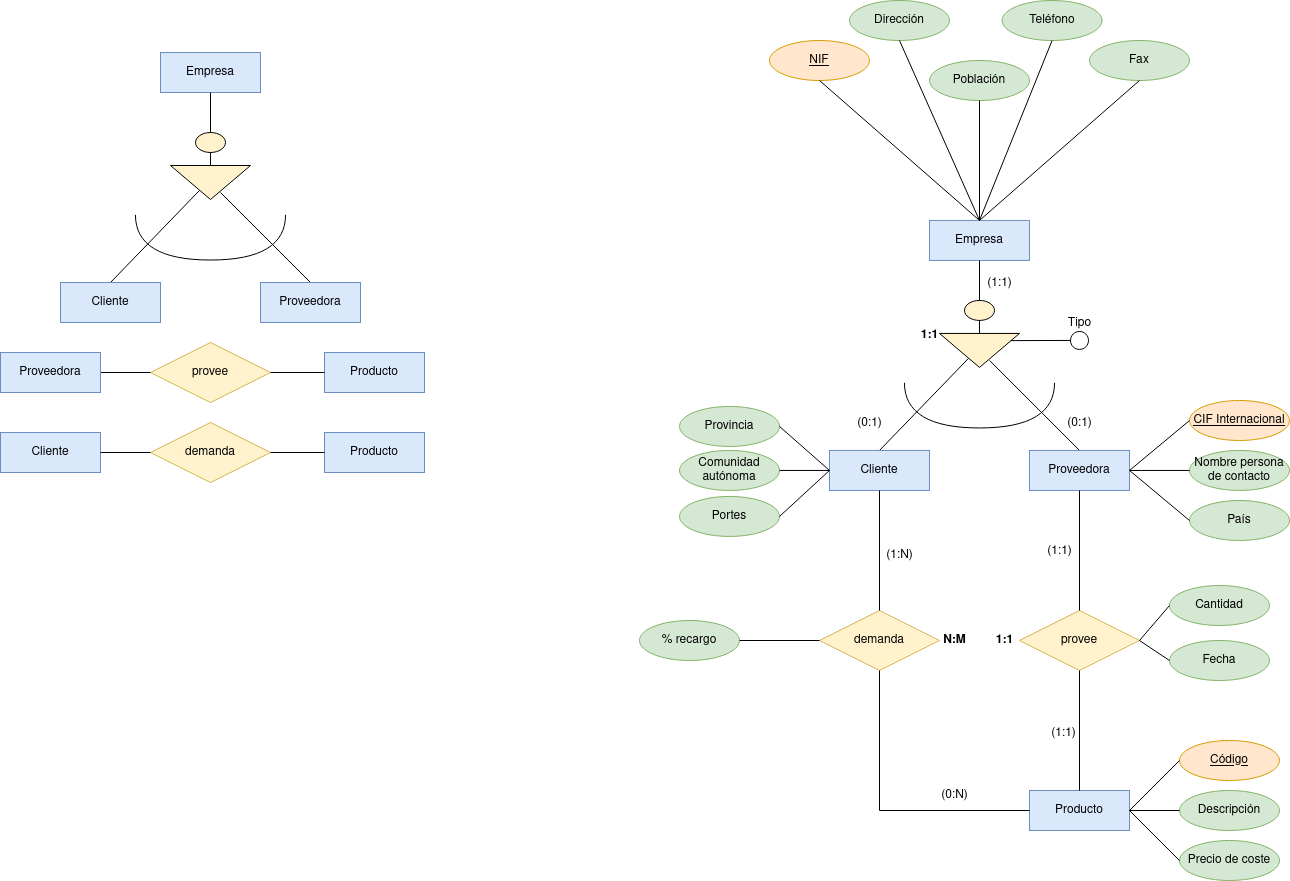
This is Unidad-1/Tareas/Tarea_Entregable-4/Diagrama Tarea Entregable 4.drawio.png from RafaelMayor/base-datos, a draw.io export, as it was before one commit. Source tidied: cells renumbered, new cells last; positions are measured from the earlier drawing's top-left corner, leaving out a move shared by most shapes.
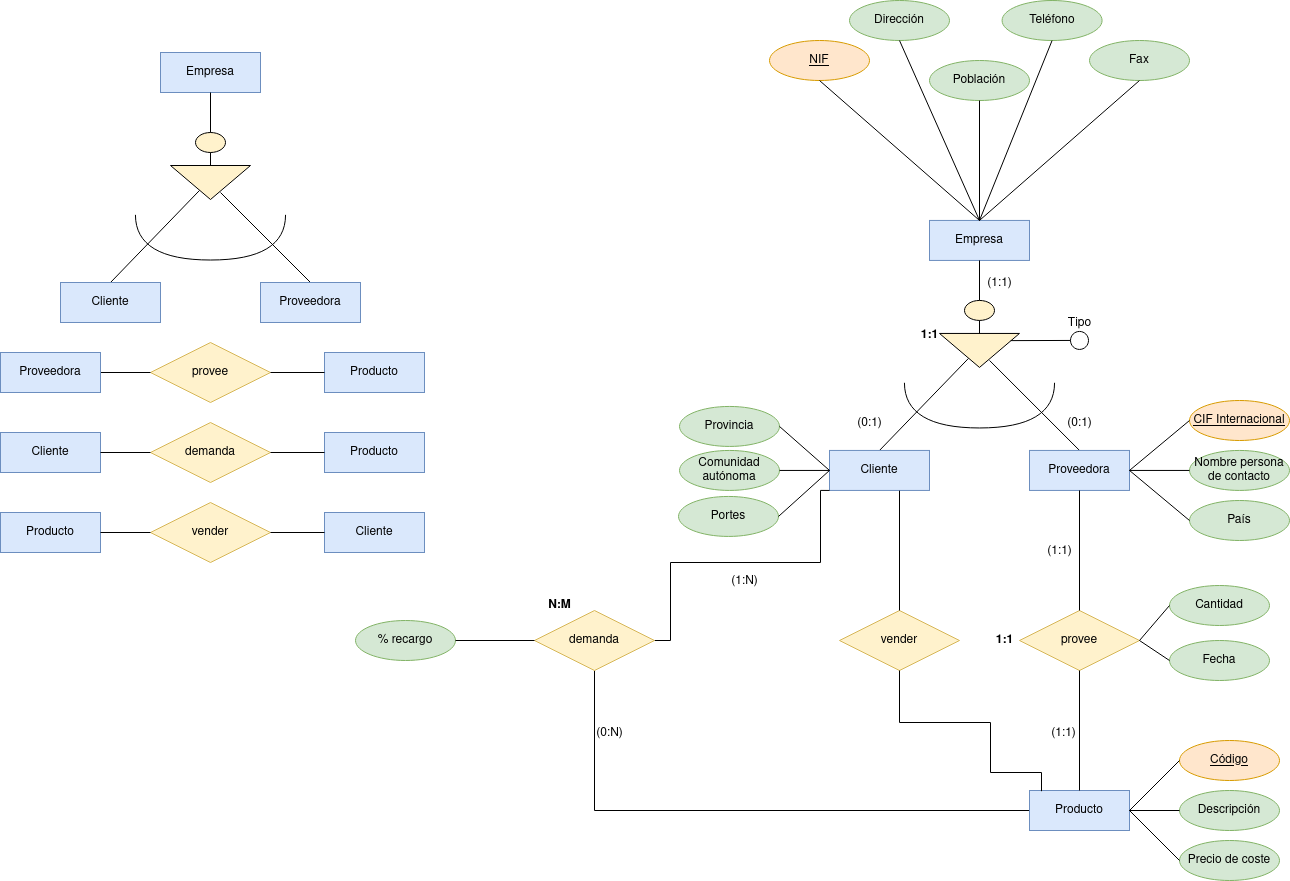
Later version of the same file.

The edit, as a diff of the source:
```diff
@@ -114,7 +114,7 @@
       <mxGeometry x="679" y="449.9" width="100" height="40" as="geometry" />
     </mxCell>
     <mxCell id="39" value="Portes" style="ellipse;whiteSpace=wrap;html=1;align=center;fillColor=#d5e8d4;strokeColor=#82b366;" parent="1" vertex="1">
-      <mxGeometry x="679" y="495.9" width="100" height="40" as="geometry" />
+      <mxGeometry x="678" y="495.9" width="100" height="40" as="geometry" />
     </mxCell>
     <mxCell id="40" style="endArrow=none;html=1;rounded=0;entryX=0;entryY=0.5;entryDx=0;entryDy=0;exitX=1;exitY=0.5;exitDx=0;exitDy=0;" parent="1" edge="1" source="37" target="26">
       <mxGeometry relative="1" as="geometry" />
@@ -137,6 +137,9 @@
     <mxCell id="46" value="provee" style="shape=rhombus;perimeter=rhombusPerimeter;whiteSpace=wrap;html=1;align=center;fillColor=#fff2cc;strokeColor=#d6b656;" parent="1" vertex="1">
       <mxGeometry x="1019" y="610" width="120" height="60" as="geometry" />
     </mxCell>
+    <mxCell id="86" style="edgeStyle=orthogonalEdgeStyle;rounded=0;jettySize=auto;html=1;entryX=0.5;entryY=1;entryDx=0;entryDy=0;endArrow=none;endFill=0;" parent="1" edge="1" source="47" target="59">
+      <mxGeometry relative="1" as="geometry" />
+    </mxCell>
     <mxCell id="47" value="Producto" style="whiteSpace=wrap;html=1;align=center;fillColor=#dae8fc;strokeColor=#6c8ebf;" parent="1" vertex="1">
       <mxGeometry x="1029" y="790" width="100" height="40" as="geometry" />
     </mxCell>
@@ -173,19 +176,19 @@
     <mxCell id="58" style="endArrow=none;html=1;rounded=0;entryX=0.5;entryY=1;entryDx=0;entryDy=0;exitX=0.5;exitY=0;exitDx=0;exitDy=0;" parent="1" edge="1" source="46" target="25">
       <mxGeometry relative="1" as="geometry" />
     </mxCell>
+    <mxCell id="61" style="edgeStyle=orthogonalEdgeStyle;rounded=0;jettySize=auto;html=1;entryX=0;entryY=1;entryDx=0;entryDy=0;endArrow=none;endFill=0;" parent="1" edge="1" source="59" target="26">
+      <mxGeometry relative="1" as="geometry">
+        <Array as="points">
+          <mxPoint x="670" y="640" />
+          <mxPoint x="670" y="562" />
+          <mxPoint x="820" y="562" />
+          <mxPoint x="820" y="490" />
+        </Array>
+      </mxGeometry>
+    </mxCell>
     <mxCell id="59" value="demanda" style="shape=rhombus;perimeter=rhombusPerimeter;whiteSpace=wrap;html=1;align=center;fillColor=#fff2cc;strokeColor=#d6b656;" parent="1" vertex="1">
-      <mxGeometry x="819" y="610" width="120" height="60" as="geometry" />
+      <mxGeometry x="534" y="610" width="120" height="60" as="geometry" />
     </mxCell>
-    <mxCell id="60" style="endArrow=none;html=1;rounded=0;entryX=0;entryY=0.5;entryDx=0;entryDy=0;exitX=0.5;exitY=1;exitDx=0;exitDy=0;" parent="1" edge="1" source="59" target="47">
-      <mxGeometry relative="1" as="geometry">
-        <Array as="points">
-          <mxPoint x="879" y="810" />
-        </Array>
-      </mxGeometry>
-    </mxCell>
-    <mxCell id="61" style="endArrow=none;html=1;rounded=0;entryX=0.5;entryY=1;entryDx=0;entryDy=0;exitX=0.5;exitY=0;exitDx=0;exitDy=0;" parent="1" edge="1" source="59" target="26">
-      <mxGeometry relative="1" as="geometry" />
-    </mxCell>
     <mxCell id="62" value="(0:1)" style="text;html=1;align=center;verticalAlign=middle;strokeColor=none;fillColor=none;" parent="1" vertex="1">
       <mxGeometry x="1054" y="408" width="50" height="30" as="geometry" />
     </mxCell>
@@ -217,19 +220,19 @@
       <mxGeometry x="984" y="625" width="40" height="30" as="geometry" />
     </mxCell>
     <mxCell id="72" value="% recargo" style="ellipse;whiteSpace=wrap;html=1;align=center;fillColor=#d5e8d4;strokeColor=#82b366;" parent="1" vertex="1">
-      <mxGeometry x="639" y="620" width="100" height="40" as="geometry" />
+      <mxGeometry x="355" y="620" width="100" height="40" as="geometry" />
     </mxCell>
     <mxCell id="73" style="endArrow=none;html=1;rounded=0;entryX=0;entryY=0.5;entryDx=0;entryDy=0;exitX=1;exitY=0.5;exitDx=0;exitDy=0;" parent="1" edge="1" source="72" target="59">
       <mxGeometry relative="1" as="geometry" />
     </mxCell>
     <mxCell id="74" value="(0:N)" style="text;html=1;align=center;verticalAlign=middle;strokeColor=none;fillColor=none;" parent="1" vertex="1">
-      <mxGeometry x="929" y="780" width="50" height="30" as="geometry" />
+      <mxGeometry x="584" y="718" width="50" height="30" as="geometry" />
     </mxCell>
     <mxCell id="75" value="(1:N)" style="text;html=1;align=center;verticalAlign=middle;strokeColor=none;fillColor=none;" parent="1" vertex="1">
-      <mxGeometry x="874" y="540" width="50" height="30" as="geometry" />
+      <mxGeometry x="719" y="565.9" width="50" height="30" as="geometry" />
     </mxCell>
     <mxCell id="76" value="&lt;b&gt;N:M&lt;/b&gt;" style="text;html=1;align=center;verticalAlign=middle;strokeColor=none;fillColor=none;" parent="1" vertex="1">
-      <mxGeometry x="929" y="625" width="50" height="30" as="geometry" />
+      <mxGeometry x="534" y="590" width="50" height="30" as="geometry" />
     </mxCell>
     <mxCell id="77" value="Fecha" style="ellipse;whiteSpace=wrap;html=1;align=center;fillColor=#d5e8d4;strokeColor=#82b366;" parent="1" vertex="1">
       <mxGeometry x="1169" y="640" width="100" height="40" as="geometry" />
@@ -258,5 +261,36 @@
     <mxCell id="85" style="endArrow=none;html=1;rounded=0;exitX=1;exitY=0.5;exitDx=0;exitDy=0;entryX=0;entryY=0.5;entryDx=0;entryDy=0;" parent="1" edge="1" source="81" target="82">
       <mxGeometry relative="1" as="geometry" />
     </mxCell>
+    <mxCell id="87" value="Cliente" style="whiteSpace=wrap;html=1;align=center;fillColor=#dae8fc;strokeColor=#6c8ebf;" parent="1" vertex="1">
+      <mxGeometry x="324" y="512" width="100" height="40" as="geometry" />
+    </mxCell>
+    <mxCell id="88" value="Producto" style="whiteSpace=wrap;html=1;align=center;fillColor=#dae8fc;strokeColor=#6c8ebf;" parent="1" vertex="1">
+      <mxGeometry y="512" width="100" height="40" as="geometry" />
+    </mxCell>
+    <mxCell id="89" value="vender" style="shape=rhombus;perimeter=rhombusPerimeter;whiteSpace=wrap;html=1;align=center;fillColor=#fff2cc;strokeColor=#d6b656;" parent="1" vertex="1">
+      <mxGeometry x="150" y="502" width="120" height="60" as="geometry" />
+    </mxCell>
+    <mxCell id="90" style="endArrow=none;html=1;rounded=0;entryX=1;entryY=0.5;entryDx=0;entryDy=0;exitX=0;exitY=0.5;exitDx=0;exitDy=0;" parent="1" edge="1" source="89" target="88">
+      <mxGeometry relative="1" as="geometry" />
+    </mxCell>
+    <mxCell id="91" style="endArrow=none;html=1;rounded=0;entryX=1;entryY=0.5;entryDx=0;entryDy=0;exitX=0;exitY=0.5;exitDx=0;exitDy=0;" parent="1" edge="1" source="87" target="89">
+      <mxGeometry relative="1" as="geometry" />
+    </mxCell>
+    <mxCell id="92" value="vender" style="shape=rhombus;perimeter=rhombusPerimeter;whiteSpace=wrap;html=1;align=center;fillColor=#fff2cc;strokeColor=#d6b656;" parent="1" vertex="1">
+      <mxGeometry x="839" y="610" width="120" height="60" as="geometry" />
+    </mxCell>
+    <mxCell id="93" style="edgeStyle=orthogonalEdgeStyle;rounded=0;jettySize=auto;html=1;entryX=0.12;entryY=0.017;entryDx=0;entryDy=0;entryPerimeter=0;endArrow=none;endFill=0;" parent="1" edge="1" source="92" target="47">
+      <mxGeometry relative="1" as="geometry">
+        <Array as="points">
+          <mxPoint x="899" y="722" />
+          <mxPoint x="990" y="722" />
+          <mxPoint x="990" y="772" />
+          <mxPoint x="1041" y="772" />
+        </Array>
+      </mxGeometry>
+    </mxCell>
+    <mxCell id="94" style="edgeStyle=orthogonalEdgeStyle;rounded=0;jettySize=auto;html=1;endArrow=none;endFill=0;exitX=0.5;exitY=0;exitDx=0;exitDy=0;entryX=0.7;entryY=1.006;entryDx=0;entryDy=0;entryPerimeter=0;" parent="1" edge="1" source="92" target="26">
+      <mxGeometry relative="1" as="geometry" />
+    </mxCell>
   </root>
 </mxGraphModel>
```
